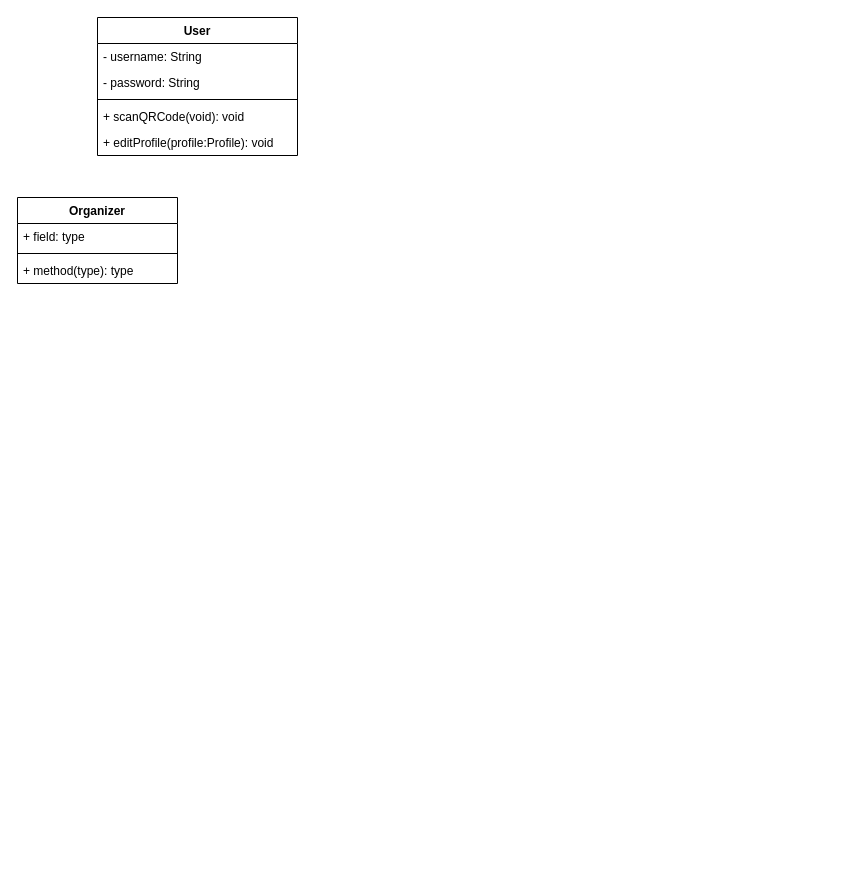
Earlier version of the draw.io diagram UML Diagram.drawio (CMPUT301W24T15/SyncQR). Source tidied: cells renumbered, new cells numbered last; positions are measured from the earlier drawing's top-left corner, leaving out a move shared by most shapes. Both pictures are drawn from the tidied source at 100%, with x=0, y=0 at pixel (17, 17).
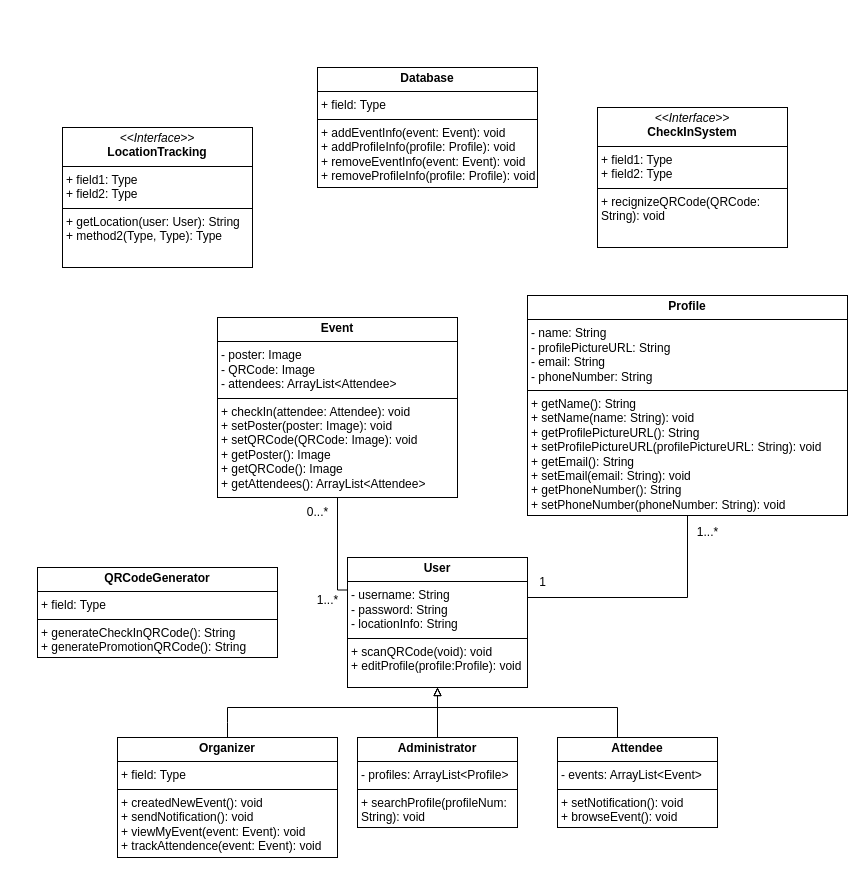
The same diagram, later.

Diff of the diagram source:
```diff
@@
-    <mxCell id="2" value="User" style="swimlane;fontStyle=1;align=center;verticalAlign=top;horizontal=1;startSize=26;whiteSpace=wrap;html=1;" parent="1" vertex="1">
-      <mxGeometry x="80" width="200" height="138" as="geometry" />
-    </mxCell>
-    <mxCell id="3" value="- username: String" style="text;strokeColor=none;fillColor=none;align=left;verticalAlign=top;spacingLeft=4;spacingRight=4;overflow=hidden;whiteSpace=wrap;html=1;" parent="2" vertex="1">
-      <mxGeometry y="26" width="200" height="26" as="geometry" />
-    </mxCell>
-    <mxCell id="4" value="- password: String" style="text;strokeColor=none;fillColor=none;align=left;verticalAlign=top;spacingLeft=4;spacingRight=4;overflow=hidden;whiteSpace=wrap;html=1;" parent="2" vertex="1">
-      <mxGeometry y="52" width="200" height="26" as="geometry" />
-    </mxCell>
-    <mxCell id="5" style="line;strokeWidth=1;fillColor=none;align=left;verticalAlign=middle;spacingTop=-1;spacingLeft=3;spacingRight=3;labelPosition=right;strokeColor=inherit;" parent="2" vertex="1">
-      <mxGeometry y="78" width="200" height="8" as="geometry" />
-    </mxCell>
-    <mxCell id="6" value="+ scanQRCode(void): void" style="text;strokeColor=none;fillColor=none;align=left;verticalAlign=top;spacingLeft=4;spacingRight=4;overflow=hidden;whiteSpace=wrap;html=1;" parent="2" vertex="1">
-      <mxGeometry y="86" width="200" height="26" as="geometry" />
-    </mxCell>
-    <mxCell id="7" value="+ editProfile(profile:Profile): void" style="text;strokeColor=none;fillColor=none;align=left;verticalAlign=top;spacingLeft=4;spacingRight=4;overflow=hidden;whiteSpace=wrap;html=1;" parent="2" vertex="1">
-      <mxGeometry y="112" width="200" height="26" as="geometry" />
-    </mxCell>
-    <mxCell id="8" value="Organizer" style="swimlane;fontStyle=1;align=center;verticalAlign=top;horizontal=1;startSize=26;whiteSpace=wrap;html=1;" parent="1" vertex="1">
-      <mxGeometry y="180" width="160" height="86" as="geometry" />
-    </mxCell>
-    <mxCell id="9" value="+ field: type" style="text;strokeColor=none;fillColor=none;align=left;verticalAlign=top;spacingLeft=4;spacingRight=4;overflow=hidden;whiteSpace=wrap;html=1;" parent="8" vertex="1">
-      <mxGeometry y="26" width="160" height="26" as="geometry" />
-    </mxCell>
-    <mxCell id="10" style="line;strokeWidth=1;fillColor=none;align=left;verticalAlign=middle;spacingTop=-1;spacingLeft=3;spacingRight=3;labelPosition=right;strokeColor=inherit;" parent="8" vertex="1">
-      <mxGeometry y="52" width="160" height="8" as="geometry" />
-    </mxCell>
-    <mxCell id="11" value="+ method(type): type" style="text;strokeColor=none;fillColor=none;align=left;verticalAlign=top;spacingLeft=4;spacingRight=4;overflow=hidden;whiteSpace=wrap;html=1;" parent="8" vertex="1">
-      <mxGeometry y="60" width="160" height="26" as="geometry" />
-    </mxCell>
+    <mxCell id="12" value="&lt;p style=&quot;margin:0px;margin-top:4px;text-align:center;&quot;&gt;&lt;span style=&quot;font-weight: 700;&quot;&gt;User&lt;/span&gt;&lt;br&gt;&lt;/p&gt;&lt;hr size=&quot;1&quot; style=&quot;border-style:solid;&quot;&gt;&lt;p style=&quot;margin:0px;margin-left:4px;&quot;&gt;- username: String&lt;br&gt;&lt;/p&gt;&lt;p style=&quot;margin:0px;margin-left:4px;&quot;&gt;- password: String&lt;br&gt;&lt;/p&gt;&lt;p style=&quot;margin:0px;margin-left:4px;&quot;&gt;- locationInfo: String&lt;/p&gt;&lt;hr size=&quot;1&quot; style=&quot;border-style:solid;&quot;&gt;&lt;p style=&quot;margin:0px;margin-left:4px;&quot;&gt;+ scanQRCode(void): void&lt;br&gt;&lt;/p&gt;&lt;p style=&quot;margin:0px;margin-left:4px;&quot;&gt;+ editProfile(profile:Profile): void&lt;br&gt;&lt;/p&gt;" style="verticalAlign=top;align=left;overflow=fill;html=1;whiteSpace=wrap;" parent="1" vertex="1">
+      <mxGeometry x="330" y="540" width="180" height="130" as="geometry" />
+    </mxCell>
+    <mxCell id="13" style="edgeStyle=orthogonalEdgeStyle;rounded=0;jettySize=auto;html=1;exitX=0.5;exitY=0;exitDx=0;exitDy=0;endArrow=block;endFill=0;entryX=0.5;entryY=1;entryDx=0;entryDy=0;" parent="1" edge="1" source="14" target="12">
+      <mxGeometry relative="1" as="geometry">
+        <Array as="points">
+          <mxPoint x="210" y="705" />
+          <mxPoint x="210" y="690" />
+          <mxPoint x="420" y="690" />
+        </Array>
+      </mxGeometry>
+    </mxCell>
+    <mxCell id="14" value="&lt;p style=&quot;margin:0px;margin-top:4px;text-align:center;&quot;&gt;&lt;b&gt;Organizer&lt;/b&gt;&lt;/p&gt;&lt;hr size=&quot;1&quot; style=&quot;border-style:solid;&quot;&gt;&lt;p style=&quot;margin:0px;margin-left:4px;&quot;&gt;+ field: Type&lt;/p&gt;&lt;hr size=&quot;1&quot; style=&quot;border-style:solid;&quot;&gt;&lt;p style=&quot;margin:0px;margin-left:4px;&quot;&gt;+ createdNewEvent(): void&lt;/p&gt;&lt;p style=&quot;margin:0px;margin-left:4px;&quot;&gt;+ sendNotification(): void&lt;/p&gt;&lt;p style=&quot;margin:0px;margin-left:4px;&quot;&gt;+ viewMyEvent(event: Event): void&lt;/p&gt;&lt;p style=&quot;margin:0px;margin-left:4px;&quot;&gt;+ trackAttendence(event: Event): void&lt;/p&gt;" style="verticalAlign=top;align=left;overflow=fill;html=1;whiteSpace=wrap;" parent="1" vertex="1">
+      <mxGeometry x="100" y="720" width="220" height="120" as="geometry" />
+    </mxCell>
+    <mxCell id="15" style="edgeStyle=orthogonalEdgeStyle;rounded=0;jettySize=auto;html=1;exitX=0.5;exitY=0;exitDx=0;exitDy=0;entryX=0.5;entryY=1;entryDx=0;entryDy=0;endArrow=block;endFill=0;" parent="1" edge="1" source="16" target="12">
+      <mxGeometry relative="1" as="geometry" />
+    </mxCell>
+    <mxCell id="16" value="&lt;p style=&quot;margin:0px;margin-top:4px;text-align:center;&quot;&gt;&lt;span style=&quot;font-weight: 700;&quot;&gt;Administrator&lt;/span&gt;&lt;br&gt;&lt;/p&gt;&lt;hr size=&quot;1&quot; style=&quot;border-style:solid;&quot;&gt;&lt;p style=&quot;margin:0px;margin-left:4px;&quot;&gt;- profiles: ArrayList&amp;lt;Profile&amp;gt;&lt;/p&gt;&lt;hr size=&quot;1&quot; style=&quot;border-style:solid;&quot;&gt;&lt;p style=&quot;margin:0px;margin-left:4px;&quot;&gt;+ searchProfile(profileNum: String): void&lt;br&gt;&lt;/p&gt;" style="verticalAlign=top;align=left;overflow=fill;html=1;whiteSpace=wrap;" parent="1" vertex="1">
+      <mxGeometry x="340" y="720" width="160" height="90" as="geometry" />
+    </mxCell>
+    <mxCell id="17" style="edgeStyle=orthogonalEdgeStyle;rounded=0;jettySize=auto;html=1;entryX=0.5;entryY=1;entryDx=0;entryDy=0;endArrow=block;endFill=0;" parent="1" edge="1" source="18" target="12">
+      <mxGeometry relative="1" as="geometry">
+        <Array as="points">
+          <mxPoint x="600" y="690" />
+          <mxPoint x="420" y="690" />
+        </Array>
+      </mxGeometry>
+    </mxCell>
+    <mxCell id="18" value="&lt;p style=&quot;margin:0px;margin-top:4px;text-align:center;&quot;&gt;&lt;b&gt;Attendee&lt;/b&gt;&lt;/p&gt;&lt;hr size=&quot;1&quot; style=&quot;border-style:solid;&quot;&gt;&lt;p style=&quot;margin:0px;margin-left:4px;&quot;&gt;- events: ArrayList&amp;lt;Event&amp;gt;&lt;/p&gt;&lt;hr size=&quot;1&quot; style=&quot;border-style:solid;&quot;&gt;&lt;p style=&quot;margin:0px;margin-left:4px;&quot;&gt;+ setNotification(): void&lt;/p&gt;&lt;p style=&quot;margin:0px;margin-left:4px;&quot;&gt;+ browseEvent(): void&lt;/p&gt;" style="verticalAlign=top;align=left;overflow=fill;html=1;whiteSpace=wrap;" parent="1" vertex="1">
+      <mxGeometry x="540" y="720" width="160" height="90" as="geometry" />
+    </mxCell>
+    <mxCell id="19" style="edgeStyle=orthogonalEdgeStyle;rounded=0;jettySize=auto;html=1;exitX=0.5;exitY=1;exitDx=0;exitDy=0;entryX=0;entryY=0.25;entryDx=0;entryDy=0;endArrow=none;endFill=0;" parent="1" edge="1" source="20" target="12">
+      <mxGeometry relative="1" as="geometry">
+        <Array as="points">
+          <mxPoint x="320" y="573" />
+        </Array>
+      </mxGeometry>
+    </mxCell>
+    <mxCell id="20" value="&lt;p style=&quot;margin:0px;margin-top:4px;text-align:center;&quot;&gt;&lt;b&gt;Event&lt;/b&gt;&lt;/p&gt;&lt;hr size=&quot;1&quot; style=&quot;border-style:solid;&quot;&gt;&lt;p style=&quot;margin:0px;margin-left:4px;&quot;&gt;- poster: Image&lt;/p&gt;&lt;p style=&quot;margin:0px;margin-left:4px;&quot;&gt;- QRCode: Image&lt;br&gt;&lt;/p&gt;&lt;p style=&quot;margin:0px;margin-left:4px;&quot;&gt;- attendees: ArrayList&amp;lt;Attendee&amp;gt;&lt;br&gt;&lt;/p&gt;&lt;hr size=&quot;1&quot; style=&quot;border-style:solid;&quot;&gt;&lt;p style=&quot;margin:0px;margin-left:4px;&quot;&gt;+ checkIn(attendee: Attendee): void&lt;/p&gt;&lt;p style=&quot;margin:0px;margin-left:4px;&quot;&gt;+ setPoster(poster: Image): void&lt;/p&gt;&lt;p style=&quot;margin:0px;margin-left:4px;&quot;&gt;+ setQRCode(QRCode: Image): void&lt;br&gt;&lt;/p&gt;&lt;p style=&quot;margin:0px;margin-left:4px;&quot;&gt;+ getPoster(): Image&lt;/p&gt;&lt;p style=&quot;margin:0px;margin-left:4px;&quot;&gt;+ getQRCode(): Image&lt;/p&gt;&lt;p style=&quot;margin:0px;margin-left:4px;&quot;&gt;+ getAttendees(): ArrayList&amp;lt;Attendee&amp;gt;&lt;/p&gt;" style="verticalAlign=top;align=left;overflow=fill;html=1;whiteSpace=wrap;" parent="1" vertex="1">
+      <mxGeometry x="200" y="300" width="240" height="180" as="geometry" />
+    </mxCell>
+    <mxCell id="21" style="edgeStyle=orthogonalEdgeStyle;rounded=0;jettySize=auto;html=1;exitX=0.5;exitY=1;exitDx=0;exitDy=0;entryX=1;entryY=0.25;entryDx=0;entryDy=0;endArrow=none;endFill=0;" parent="1" edge="1" source="22" target="12">
+      <mxGeometry relative="1" as="geometry">
+        <Array as="points">
+          <mxPoint x="670" y="580" />
+          <mxPoint x="510" y="580" />
+        </Array>
+      </mxGeometry>
+    </mxCell>
+    <mxCell id="22" value="&lt;p style=&quot;margin:0px;margin-top:4px;text-align:center;&quot;&gt;&lt;b&gt;Profile&lt;/b&gt;&lt;/p&gt;&lt;hr size=&quot;1&quot; style=&quot;border-style:solid;&quot;&gt;&lt;p style=&quot;margin:0px;margin-left:4px;&quot;&gt;- name: String&lt;/p&gt;&lt;p style=&quot;margin:0px;margin-left:4px;&quot;&gt;- profilePictureURL: String&lt;/p&gt;&lt;p style=&quot;margin:0px;margin-left:4px;&quot;&gt;- email: String&lt;/p&gt;&lt;p style=&quot;margin:0px;margin-left:4px;&quot;&gt;- phoneNumber: String&lt;/p&gt;&lt;hr size=&quot;1&quot; style=&quot;border-style:solid;&quot;&gt;&lt;p style=&quot;margin:0px;margin-left:4px;&quot;&gt;+ getName(): String&lt;/p&gt;&lt;p style=&quot;margin:0px;margin-left:4px;&quot;&gt;+ setName(name:&amp;nbsp;&lt;span style=&quot;background-color: initial;&quot;&gt;String&lt;/span&gt;&lt;span style=&quot;background-color: initial;&quot;&gt;): void&lt;/span&gt;&lt;/p&gt;&lt;p style=&quot;margin:0px;margin-left:4px;&quot;&gt;+ getProfilePictureURL(): String&lt;br&gt;&lt;/p&gt;&lt;p style=&quot;margin:0px;margin-left:4px;&quot;&gt;+ setProfilePictureURL(profilePictureURL:&amp;nbsp;&lt;span style=&quot;background-color: initial;&quot;&gt;String&lt;/span&gt;&lt;span style=&quot;background-color: initial;&quot;&gt;): void&lt;/span&gt;&lt;/p&gt;&lt;p style=&quot;margin: 0px 0px 0px 4px;&quot;&gt;+ getEmail(): String&lt;/p&gt;&lt;p style=&quot;margin: 0px 0px 0px 4px;&quot;&gt;+ setEmail(email:&amp;nbsp;&lt;span style=&quot;background-color: initial;&quot;&gt;String&lt;/span&gt;&lt;span style=&quot;background-color: initial;&quot;&gt;): void&lt;/span&gt;&lt;/p&gt;&lt;p style=&quot;margin: 0px 0px 0px 4px;&quot;&gt;+ getPhoneNumber(): String&lt;/p&gt;&lt;p style=&quot;margin: 0px 0px 0px 4px;&quot;&gt;+ setPhoneNumber(phoneNumber:&amp;nbsp;&lt;span style=&quot;background-color: initial;&quot;&gt;String&lt;/span&gt;&lt;span style=&quot;background-color: initial;&quot;&gt;): void&lt;/span&gt;&lt;/p&gt;" style="verticalAlign=top;align=left;overflow=fill;html=1;whiteSpace=wrap;" parent="1" vertex="1">
+      <mxGeometry x="510" y="278" width="320" height="220" as="geometry" />
+    </mxCell>
+    <mxCell id="23" value="0...*" style="text;html=1;align=center;verticalAlign=middle;strokeColor=none;fillColor=none;" parent="1" vertex="1">
+      <mxGeometry x="280" y="480" width="40" height="30" as="geometry" />
+    </mxCell>
+    <mxCell id="24" value="1...*" style="text;html=1;align=center;verticalAlign=middle;strokeColor=none;fillColor=none;" parent="1" vertex="1">
+      <mxGeometry x="290" y="568" width="40" height="30" as="geometry" />
+    </mxCell>
+    <mxCell id="25" value="1...*" style="text;html=1;align=center;verticalAlign=middle;strokeColor=none;fillColor=none;" parent="1" vertex="1">
+      <mxGeometry x="670" y="500" width="40" height="30" as="geometry" />
+    </mxCell>
+    <mxCell id="26" value="1" style="text;html=1;align=center;verticalAlign=middle;strokeColor=none;fillColor=none;" parent="1" vertex="1">
+      <mxGeometry x="510" y="550" width="30" height="30" as="geometry" />
+    </mxCell>
+    <mxCell id="27" value="&lt;p style=&quot;margin:0px;margin-top:4px;text-align:center;&quot;&gt;&lt;b&gt;QRCodeGenerator&lt;/b&gt;&lt;/p&gt;&lt;hr size=&quot;1&quot; style=&quot;border-style:solid;&quot;&gt;&lt;p style=&quot;margin:0px;margin-left:4px;&quot;&gt;+ field: Type&lt;br&gt;&lt;/p&gt;&lt;hr size=&quot;1&quot; style=&quot;border-style:solid;&quot;&gt;&lt;p style=&quot;margin:0px;margin-left:4px;&quot;&gt;+ generateCheckInQRCode(): String&lt;/p&gt;&lt;p style=&quot;margin:0px;margin-left:4px;&quot;&gt;+ generatePromotionQRCode(): String&lt;br&gt;&lt;/p&gt;" style="verticalAlign=top;align=left;overflow=fill;html=1;whiteSpace=wrap;" parent="1" vertex="1">
+      <mxGeometry x="20" y="550" width="240" height="90" as="geometry" />
+    </mxCell>
+    <mxCell id="28" value="&lt;p style=&quot;margin:0px;margin-top:4px;text-align:center;&quot;&gt;&lt;i&gt;&amp;lt;&amp;lt;Interface&amp;gt;&amp;gt;&lt;/i&gt;&lt;br&gt;&lt;b&gt;CheckInSystem&lt;/b&gt;&lt;/p&gt;&lt;hr size=&quot;1&quot; style=&quot;border-style:solid;&quot;&gt;&lt;p style=&quot;margin:0px;margin-left:4px;&quot;&gt;+ field1: Type&lt;br&gt;+ field2: Type&lt;/p&gt;&lt;hr size=&quot;1&quot; style=&quot;border-style:solid;&quot;&gt;&lt;p style=&quot;margin:0px;margin-left:4px;&quot;&gt;+ recignizeQRCode(QRCode: String): void&lt;br&gt;&lt;/p&gt;" style="verticalAlign=top;align=left;overflow=fill;html=1;whiteSpace=wrap;" parent="1" vertex="1">
+      <mxGeometry x="580" y="90" width="190" height="140" as="geometry" />
+    </mxCell>
+    <mxCell id="29" value="&lt;p style=&quot;margin:0px;margin-top:4px;text-align:center;&quot;&gt;&lt;i&gt;&amp;lt;&amp;lt;Interface&amp;gt;&amp;gt;&lt;/i&gt;&lt;br&gt;&lt;b&gt;LocationTracking&lt;/b&gt;&lt;/p&gt;&lt;hr size=&quot;1&quot; style=&quot;border-style:solid;&quot;&gt;&lt;p style=&quot;margin:0px;margin-left:4px;&quot;&gt;+ field1: Type&lt;br&gt;+ field2: Type&lt;/p&gt;&lt;hr size=&quot;1&quot; style=&quot;border-style:solid;&quot;&gt;&lt;p style=&quot;margin:0px;margin-left:4px;&quot;&gt;+ getLocation(user: User): String&lt;/p&gt;&lt;p style=&quot;margin:0px;margin-left:4px;&quot;&gt;+ method2(Type, Type): Type&lt;/p&gt;" style="verticalAlign=top;align=left;overflow=fill;html=1;whiteSpace=wrap;" parent="1" vertex="1">
+      <mxGeometry x="45" y="110" width="190" height="140" as="geometry" />
+    </mxCell>
+    <mxCell id="30" value="&lt;p style=&quot;margin:0px;margin-top:4px;text-align:center;&quot;&gt;&lt;b&gt;Database&lt;/b&gt;&lt;/p&gt;&lt;hr size=&quot;1&quot; style=&quot;border-style:solid;&quot;&gt;&lt;p style=&quot;margin:0px;margin-left:4px;&quot;&gt;+ field: Type&lt;/p&gt;&lt;hr size=&quot;1&quot; style=&quot;border-style:solid;&quot;&gt;&lt;p style=&quot;margin:0px;margin-left:4px;&quot;&gt;+ addEventInfo(event: Event): void&lt;/p&gt;&lt;p style=&quot;margin:0px;margin-left:4px;&quot;&gt;+ addProfileInfo(profile: Profile): void&lt;br&gt;&lt;/p&gt;&lt;p style=&quot;margin:0px;margin-left:4px;&quot;&gt;+ removeEventInfo(event: Event): void&lt;br&gt;&lt;/p&gt;&lt;p style=&quot;margin:0px;margin-left:4px;&quot;&gt;+ removeProfileInfo(profile: Profile): void&lt;br&gt;&lt;/p&gt;&lt;p style=&quot;margin:0px;margin-left:4px;&quot;&gt;&lt;br&gt;&lt;/p&gt;" style="verticalAlign=top;align=left;overflow=fill;html=1;whiteSpace=wrap;" parent="1" vertex="1">
+      <mxGeometry x="300" y="50" width="220" height="120" as="geometry" />
+    </mxCell>
```
